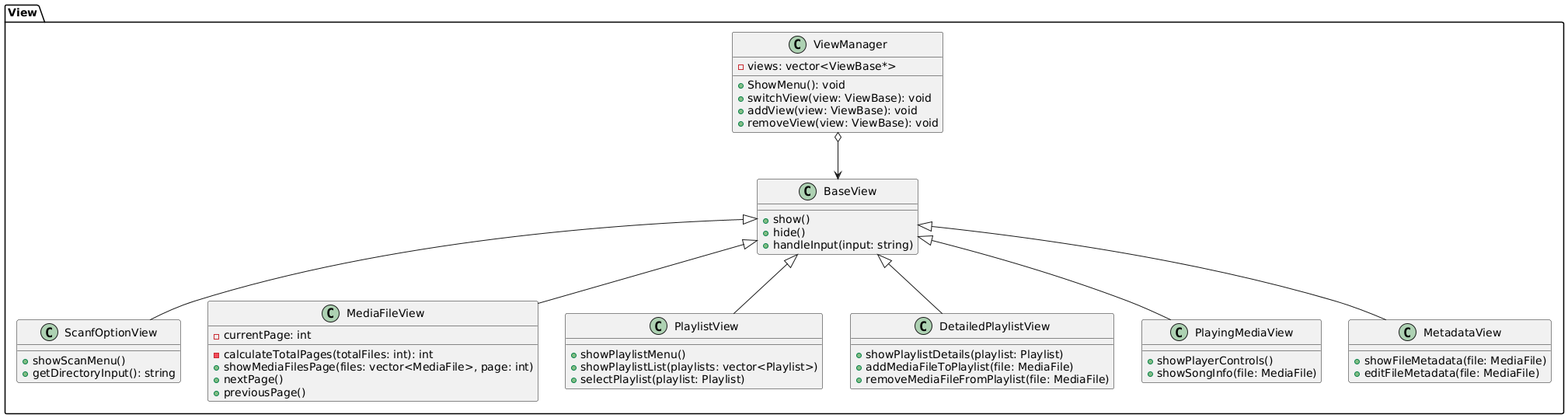
The PlantUML diagram project/docs/view/view.png in Weizy-NTT/Spotify-rep-1-1, before a commit. Its diagram source:
```plantuml
@startuml
package View {
    class BaseView {
        + show()
        + hide()
        + handleInput(input: string)
    }

    class ScanfOptionView {
        + showScanMenu()
        + getDirectoryInput(): string
    }

    class MediaFileView {
        - calculateTotalPages(totalFiles: int): int
        - currentPage: int
        + showMediaFilesPage(files: vector<MediaFile>, page: int)
        + nextPage()
        + previousPage()
    }

    class PlaylistView {
        + showPlaylistMenu()
        + showPlaylistList(playlists: vector<Playlist>)
        + selectPlaylist(playlist: Playlist)
    }

    class DetailedPlaylistView {
        + showPlaylistDetails(playlist: Playlist)
        + addMediaFileToPlaylist(file: MediaFile)
        + removeMediaFileFromPlaylist(file: MediaFile)
    }

    class PlayingMediaView {
        + showPlayerControls()
        + showSongInfo(file: MediaFile)
    }

    class MetadataView {
        + showFileMetadata(file: MediaFile)
        + editFileMetadata(file: MediaFile)
    }

    class ViewManager {
        - views: vector<ViewBase*>
        + ShowMenu(): void
        + switchView(view: ViewBase): void
        + addView(view: ViewBase): void
        + removeView(view: ViewBase): void
    }
    ViewManager o--> BaseView
    BaseView <|-- ScanfOptionView
    BaseView <|-- MediaFileView
    BaseView <|-- PlaylistView
    BaseView <|-- DetailedPlaylistView
    BaseView <|-- PlayingMediaView
    BaseView <|-- MetadataView
}
@enduml
```
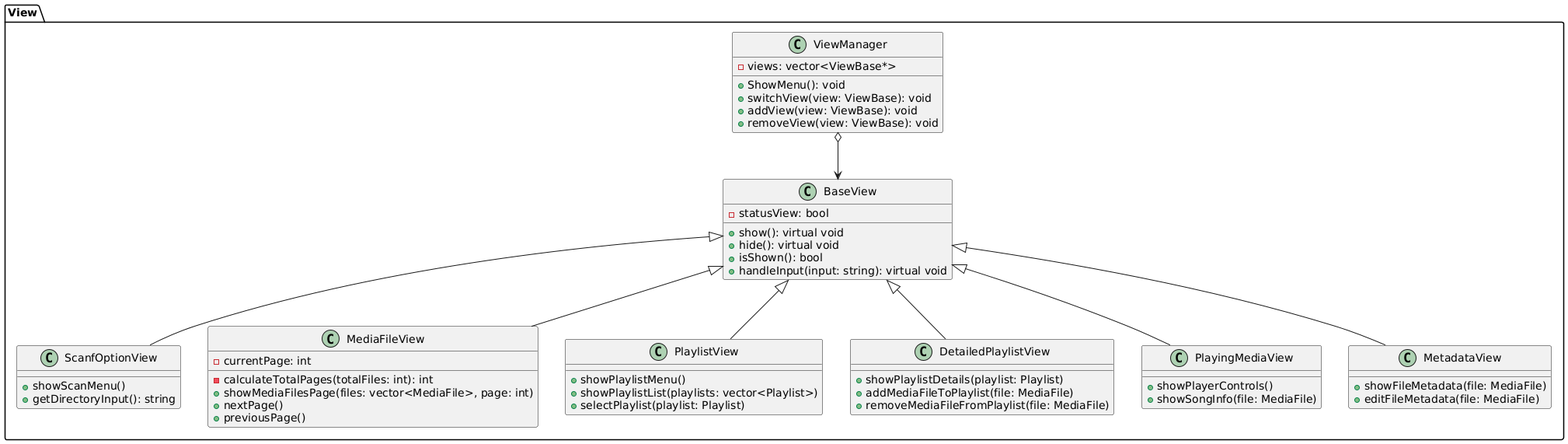
After the change.

Diff of the diagram source:
```diff
@@ -1,9 +1,12 @@
 @startuml
 package View {
     class BaseView {
-        + show()
-        + hide()
-        + handleInput(input: string)
+        - statusView: bool
+
+        + show(): virtual void
+        + hide(): virtual void
+        + isShown(): bool
+        + handleInput(input: string): virtual void
     }
 
     class ScanfOptionView {
```
